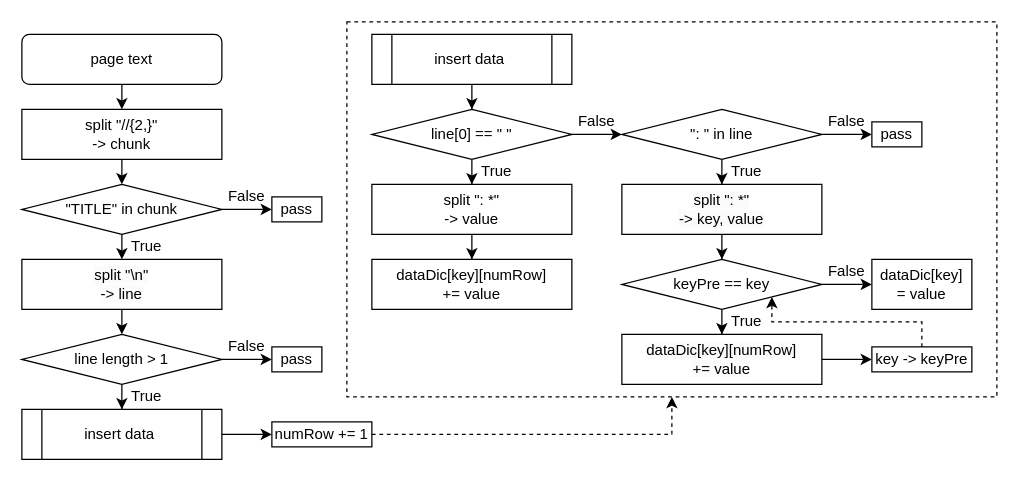
This is Tableau_study/Fermi_Short_GBM/Preprocessing/page_parsing.drawio from seycho/Diagrams_Open_File, a draw.io file, before an edit. Source tidied: cells renumbered, new cells numbered last; positions are measured from the earlier drawing's top-left corner, leaving out a move shared by most shapes. Both pictures are drawn from the tidied source at 125%, with x=0, y=0 at pixel (21, 21).
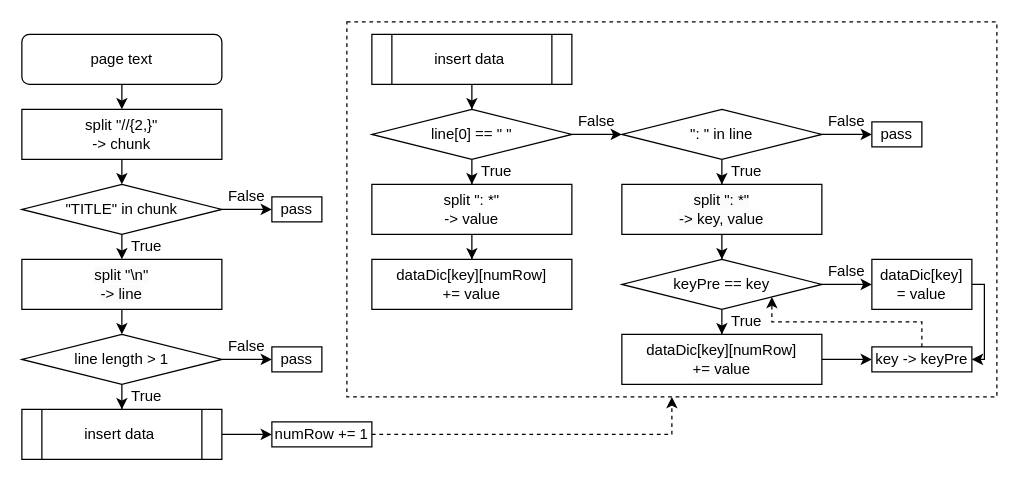
Above is the later version.

Unchanged cells that the change refers to:
```xml
<mxCell id="36" value="dataDic[key]&lt;br&gt;= value" style="whiteSpace=wrap;html=1;" parent="1" vertex="1">
  <mxGeometry x="680" y="190" width="80" height="40" as="geometry" />
</mxCell>
<mxCell id="40" value="key -&amp;gt; keyPre" style="whiteSpace=wrap;html=1;rounded=0;" parent="1" vertex="1">
  <mxGeometry x="680" y="260" width="80" height="20" as="geometry" />
</mxCell>
```

The edit, as a diff of the source:
```diff
@@
+    <mxCell id="53" style="edgeStyle=orthogonalEdgeStyle;rounded=0;jettySize=auto;html=1;entryX=1;entryY=0.5;entryDx=0;entryDy=0;" parent="1" edge="1" source="36" target="40">
+      <mxGeometry relative="1" as="geometry">
+        <Array as="points">
+          <mxPoint x="770" y="210" />
+          <mxPoint x="770" y="270" />
+        </Array>
+      </mxGeometry>
+    </mxCell>
```
